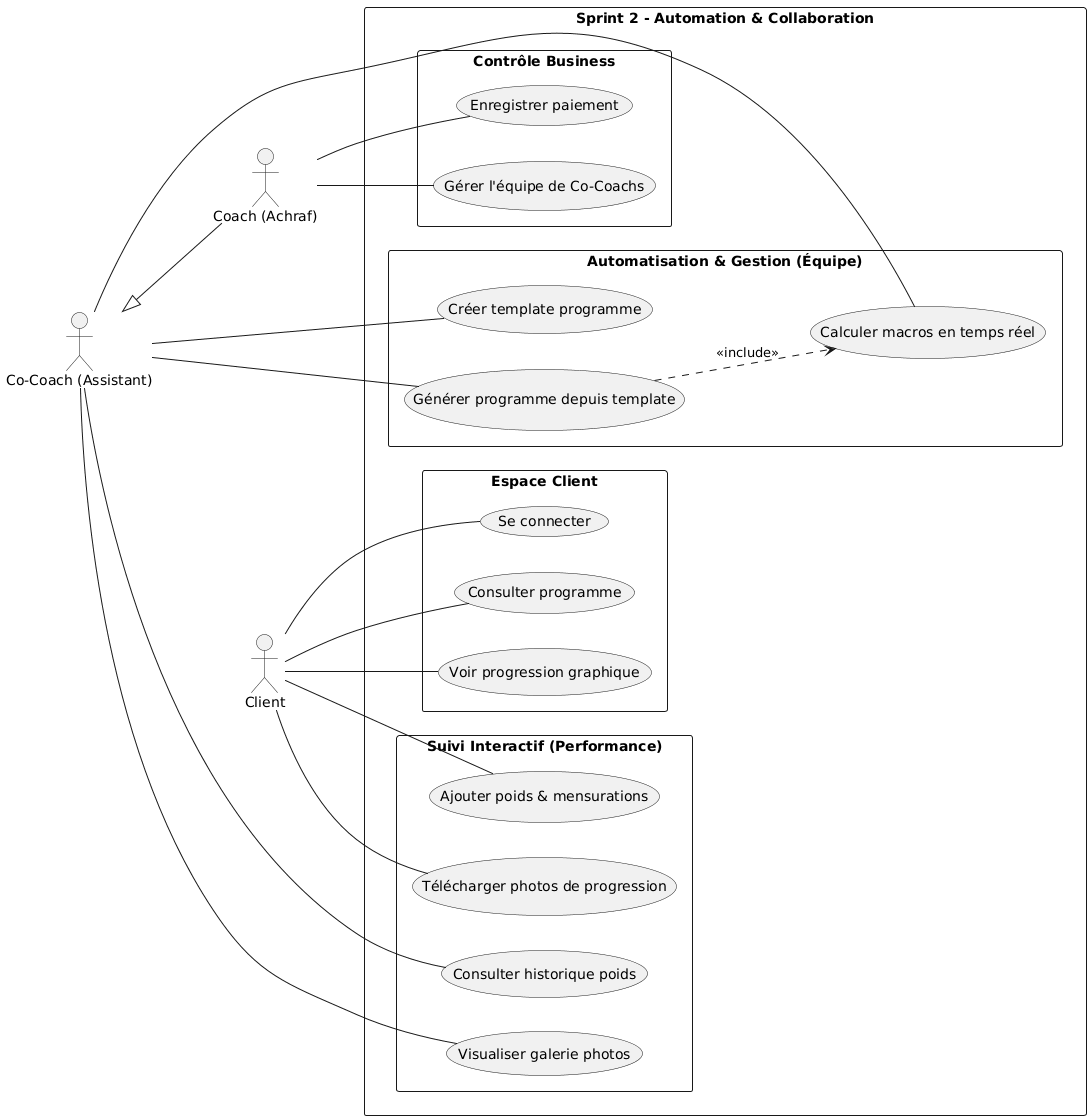
Earlier version of the PlantUML export Rapport/Images/sprint2-usecase.png (BenTaleb-Mehdi/Project-PFE). The source it was exported from:
```plantuml
@startuml
left to right direction
skinparam packageStyle rectangle
skinparam shadowing false

actor "Coach (Achraf)" as Admin
actor "Co-Coach (Assistant)" as Staff
actor "Client" as Client

Admin -up-|> Staff

rectangle "Sprint 2 - Automation & Collaboration" {

  package "Automatisation & Gestion (Équipe)" {
    Staff -- (Créer template programme)
    Staff -- (Générer programme depuis template)
    Staff -- (Calculer macros en temps réel)
    (Générer programme depuis template) ..> (Calculer macros en temps réel) : <<include>>
  }

  package "Suivi Interactif (Performance)" {
    Client -- (Ajouter poids & mensurations)
    Client -- (Télécharger photos de progression)

    Staff -- (Consulter historique poids)
    Staff -- (Visualiser galerie photos)
  }

  package "Contrôle Business" {
    Admin -- (Enregistrer paiement)
    Admin -- (Gérer l'équipe de Co-Coachs)
  }

  package "Espace Client" {
    Client -- (Se connecter)
    Client -- (Consulter programme)
    Client -- (Voir progression graphique)
  }
}
@enduml
```
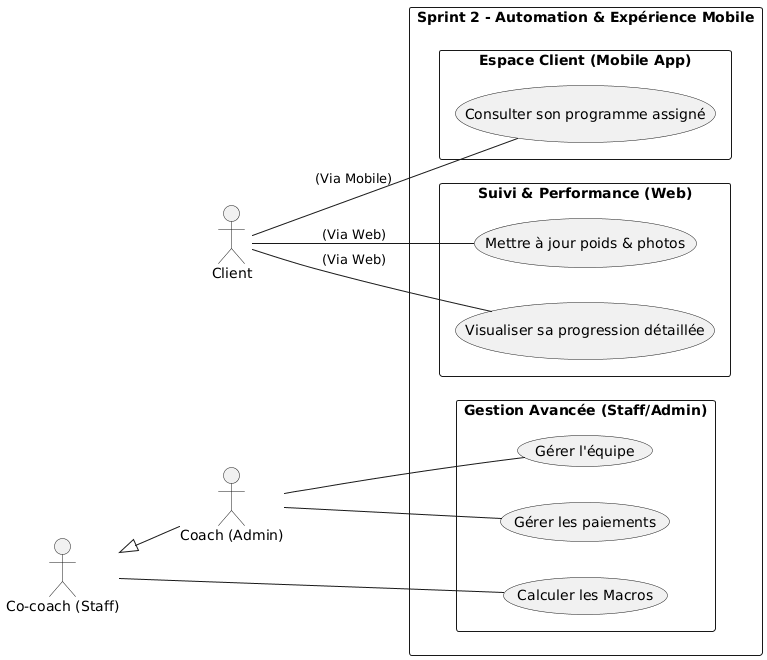
The same diagram one commit later.

Commit message:
feat: Add client-side program history page mock-up and initial analysis/presentation assets.

Diff of the diagram source:
```diff
@@ -3,38 +3,35 @@
 skinparam packageStyle rectangle
 skinparam shadowing false
 
-actor "Coach (Achraf)" as Admin
-actor "Co-Coach (Assistant)" as Staff
 actor "Client" as Client
+actor "Co-coach (Staff)" as Staff
+actor "Coach (Admin)" as Admin
 
-Admin -up-|> Staff
+Staff <|-- Admin
 
-rectangle "Sprint 2 - Automation & Collaboration" {
+rectangle "Sprint 2 - Automation & Expérience Mobile" {
 
-  package "Automatisation & Gestion (Équipe)" {
-    Staff -- (Créer template programme)
-    Staff -- (Générer programme depuis template)
-    Staff -- (Calculer macros en temps réel)
-    (Générer programme depuis template) ..> (Calculer macros en temps réel) : <<include>>
+  package "Espace Client (Mobile App)" {
+    usecase "Consulter son programme assigné" as ViewProg
   }
 
-  package "Suivi Interactif (Performance)" {
-    Client -- (Ajouter poids & mensurations)
-    Client -- (Télécharger photos de progression)
-
-    Staff -- (Consulter historique poids)
-    Staff -- (Visualiser galerie photos)
+  package "Suivi & Performance (Web)" {
+    usecase "Mettre à jour poids & photos" as UpdateStats
+    usecase "Visualiser sa progression détaillée" as ViewProgress
   }
 
-  package "Contrôle Business" {
-    Admin -- (Enregistrer paiement)
-    Admin -- (Gérer l'équipe de Co-Coachs)
-  }
-
-  package "Espace Client" {
-    Client -- (Se connecter)
-    Client -- (Consulter programme)
-    Client -- (Voir progression graphique)
+  package "Gestion Avancée (Staff/Admin)" {
+    usecase "Calculer les Macros" as CalcMacros
+    usecase "Gérer l'équipe" as ManageStaff
+    usecase "Gérer les paiements" as ManageMoney
   }
 }
+
+Client -- ViewProg : "(Via Mobile)"
+Client -- UpdateStats : "(Via Web)"
+Client -- ViewProgress : "(Via Web)"
+
+Staff -- CalcMacros
+Admin -- ManageStaff
+Admin -- ManageMoney
 @enduml
```
